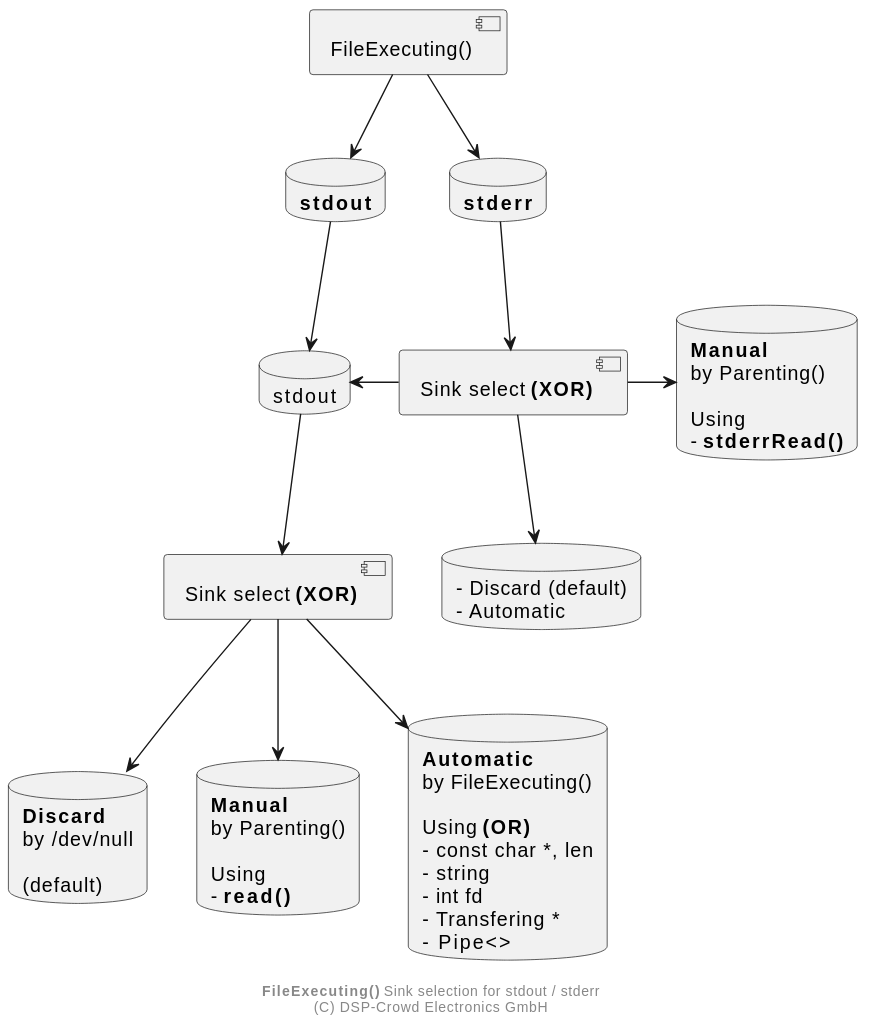
Earlier version of the PlantUML export doc/system/FileExecuting/fe-sinks.svg (NoOrientationProgramming/ProcessingCommon). Source of this version:
```plantuml
@startuml

skinparam backgroundColor #ffffff

component "FileExecuting()" as chld
database "**stdout**" as stdout
database "stdout" as stdout2
database "**stderr**" as stderr
component "Sink select **(XOR)**" as sinkSelStdOut
component "Sink select **(XOR)**" as sinkSelStdErr
database "**Discard**\nby /dev/null\n\n(default)" as sinkDiscard
database "**Manual**\nby Parenting()\n\nUsing\n- **read()**" as sinkManual
database "**Automatic**\nby FileExecuting()\n\nUsing **(OR)**\n- const char *, len\n- string\n- int fd\n- Transfering *\n- Pipe<>" as sinkAuto
database "- Discard (default)\n- Automatic" as sinkComb
database "**Manual**\nby Parenting()\n\nUsing\n- **stderrRead()**" as sinkManual2

chld --> stdout
chld --> stderr
stdout --> stdout2
stdout2 --> sinkSelStdOut
stderr --> sinkSelStdErr
stdout2 <- sinkSelStdErr
sinkSelStdOut --> sinkDiscard
sinkSelStdOut --> sinkManual
sinkSelStdOut --> sinkAuto
sinkSelStdErr -> sinkManual2
sinkSelStdErr --> sinkComb

footer **FileExecuting()** Sink selection for stdout / stderr\n(C) DSP-Crowd Electronics GmbH

@enduml
```
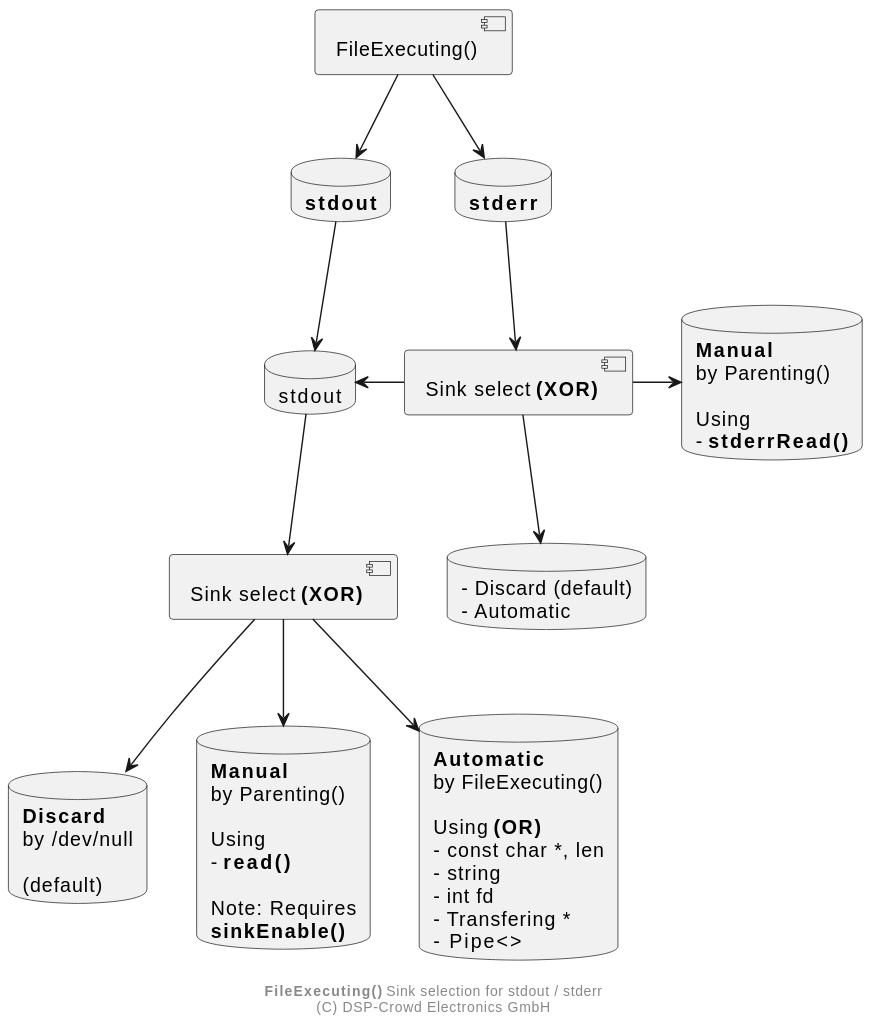
Above is the later version.

Change to the diagram source:
```diff
@@ -1,5 +1,4 @@
 @startuml
-
 skinparam backgroundColor #ffffff
 
 component "FileExecuting()" as chld
@@ -9,7 +8,7 @@
 component "Sink select **(XOR)**" as sinkSelStdOut
 component "Sink select **(XOR)**" as sinkSelStdErr
 database "**Discard**\nby /dev/null\n\n(default)" as sinkDiscard
-database "**Manual**\nby Parenting()\n\nUsing\n- **read()**" as sinkManual
+database "**Manual**\nby Parenting()\n\nUsing\n- **read()**\n\nNote: Requires\n**sinkEnable()**" as sinkManual
 database "**Automatic**\nby FileExecuting()\n\nUsing **(OR)**\n- const char *, len\n- string\n- int fd\n- Transfering *\n- Pipe<>" as sinkAuto
 database "- Discard (default)\n- Automatic" as sinkComb
 database "**Manual**\nby Parenting()\n\nUsing\n- **stderrRead()**" as sinkManual2
@@ -27,5 +26,4 @@
 sinkSelStdErr --> sinkComb
 
 footer **FileExecuting()** Sink selection for stdout / stderr\n(C) DSP-Crowd Electronics GmbH
-
 @enduml
```
